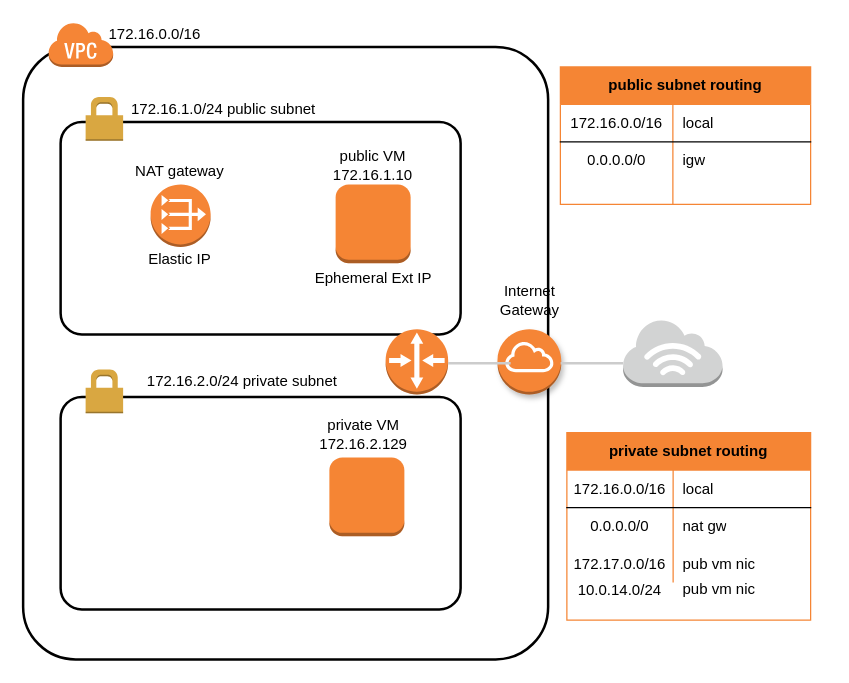
Earlier version of the draw.io diagram diagrams/AWS-public-private-subnet.drawio (fabianlee/blogcode). Source tidied: cells renumbered, new cells numbered last; positions are measured from the earlier drawing's top-left corner, leaving out a move shared by most shapes. Both pictures are drawn from the tidied source at 125%, with x=0, y=0 at pixel (22, 21).
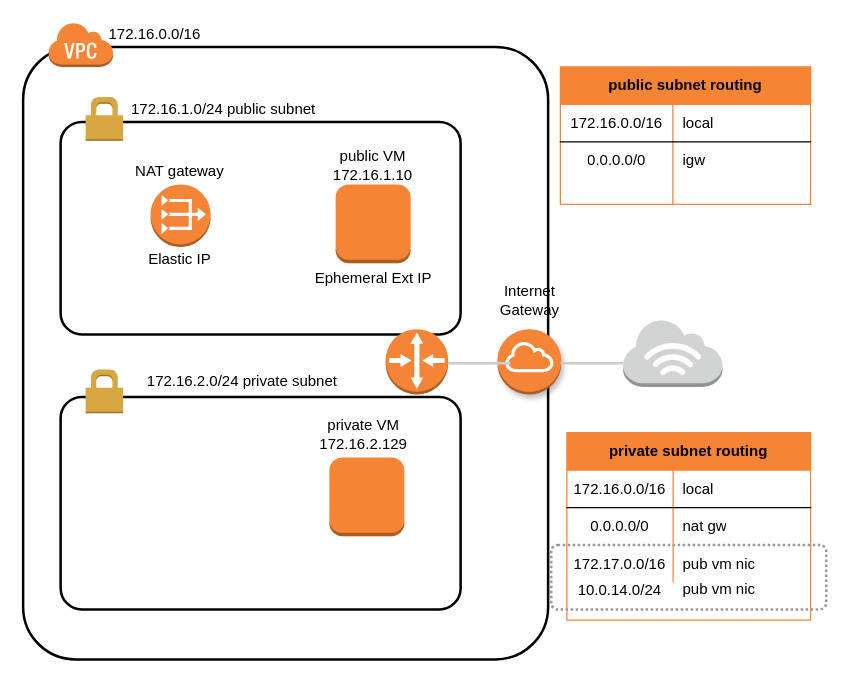
The same diagram, later.

The change refers to these unchanged cells:
```xml
<mxCell id="39" style="shape=partialRectangle;html=1;whiteSpace=wrap;fillColor=none;top=0;left=0;bottom=0;right=0;" parent="32" vertex="1">
  <mxGeometry y="90" width="195" height="30" as="geometry" />
</mxCell>
```

Diff of the diagram source:
```diff
@@
-    <mxCell id="19" value="NAT gateway" style="text;html=1;align=center;verticalAlign=middle;strokeColor=none;" parent="1" vertex="1">
+    <mxCell id="19" value="&lt;div&gt;NAT gateway&lt;/div&gt;" style="text;html=1;align=center;verticalAlign=middle;strokeColor=none;" parent="1" vertex="1">
       <mxGeometry x="80" y="110" width="90" height="20" as="geometry" />
     </mxCell>
@@
-    <mxCell id="40" value="172.17.0.0/16" style="shape=partialRectangle;html=1;whiteSpace=wrap;fillColor=none;top=0;left=0;bottom=0;right=0;overflow=hidden;" parent="39" vertex="1">
+    <mxCell id="40" value="172.17.0.0/16" style="shape=partialRectangle;html=1;whiteSpace=wrap;top=0;left=0;bottom=0;right=0;overflow=hidden;fillColor=none;" parent="39" vertex="1">
       <mxGeometry width="85" height="30" as="geometry" />
     </mxCell>
-    <mxCell id="41" value="pub vm nic" style="shape=partialRectangle;html=1;whiteSpace=wrap;fillColor=none;top=0;left=0;bottom=0;right=0;align=left;spacingLeft=6;overflow=hidden;" parent="39" vertex="1">
+    <mxCell id="41" value="pub vm nic" style="shape=partialRectangle;html=1;whiteSpace=wrap;top=0;left=0;bottom=0;right=0;align=left;spacingLeft=6;overflow=hidden;fillColor=none;" parent="39" vertex="1">
       <mxGeometry x="85" width="110" height="30" as="geometry" />
     </mxCell>
-    <mxCell id="42" value="10.0.14.0/24" style="shape=partialRectangle;html=1;whiteSpace=wrap;fillColor=none;top=0;left=0;bottom=0;right=0;overflow=hidden;" parent="1" vertex="1">
+    <mxCell id="42" value="10.0.14.0/24" style="shape=partialRectangle;html=1;whiteSpace=wrap;top=0;left=0;bottom=0;right=0;overflow=hidden;fillColor=none;" parent="1" vertex="1">
       <mxGeometry x="435" y="440" width="85" height="30" as="geometry" />
     </mxCell>
-    <mxCell id="43" value="pub vm nic" style="shape=partialRectangle;html=1;whiteSpace=wrap;fillColor=none;top=0;left=0;bottom=0;right=0;align=left;spacingLeft=6;overflow=hidden;" parent="1" vertex="1">
+    <mxCell id="43" value="pub vm nic" style="shape=partialRectangle;html=1;whiteSpace=wrap;top=0;left=0;bottom=0;right=0;align=left;spacingLeft=6;overflow=hidden;fillColor=none;" parent="1" vertex="1">
       <mxGeometry x="520" y="438.5" width="110" height="30" as="geometry" />
     </mxCell>
@@
+    <mxCell id="47" style="rounded=1;arcSize=10;dashed=1;fillColor=none;gradientColor=none;dashPattern=1 1;strokeWidth=2;shadow=0;strokeColor=#999999;" parent="1" vertex="1">
+      <mxGeometry x="422.5" y="418.5" width="220" height="51.5" as="geometry" />
+    </mxCell>
```
